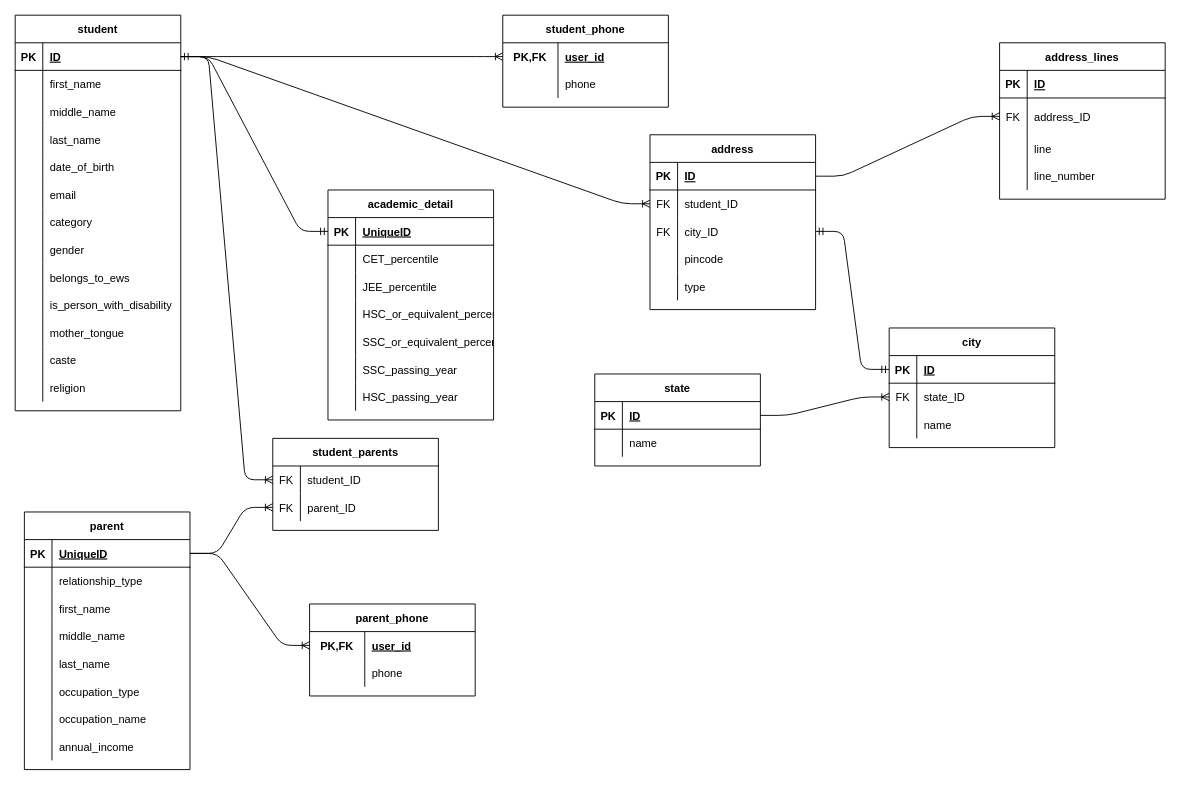
The draw.io diagram DatabaseDiagram.drawio in EquipstatTSEC/student-admission-system, before the edit. Source tidied: cells renumbered, new cells numbered last; positions are measured from the earlier drawing's top-left corner, leaving out a move shared by most shapes. Both pictures are drawn from the tidied source at 92%, with x=0, y=0 at pixel (15, 15).
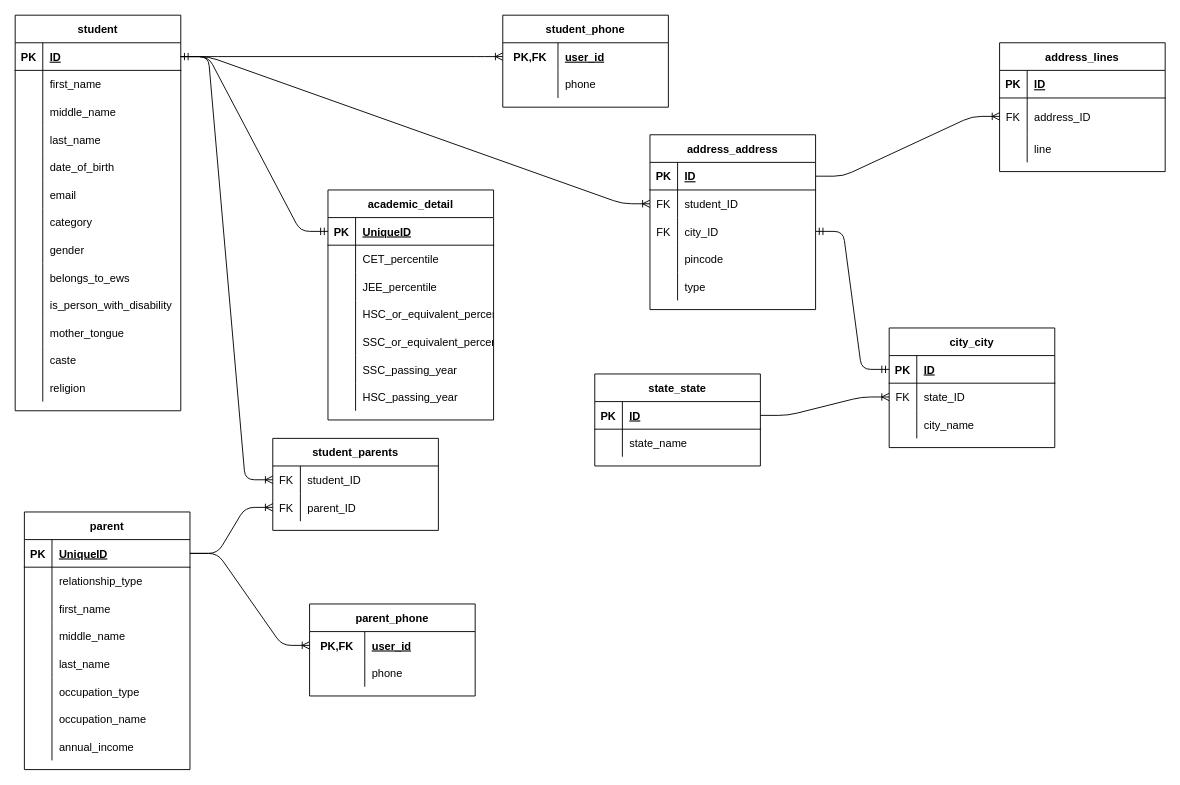
The same diagram, later.

Commit message:
:card_file_box: Update DatabaseDiagram.drawio

The change refers to these unchanged cells:
```xml
<mxCell id="78" style="shape=partialRectangle;fillColor=none;top=0;left=0;bottom=0;right=0;" parent="74" vertex="1">
  <mxGeometry y="60" width="180" height="30" as="geometry" />
</mxCell>
<mxCell id="88" style="shape=partialRectangle;fillColor=none;top=0;left=0;bottom=0;right=0;" parent="81" vertex="1">
  <mxGeometry y="90" width="180" height="30" as="geometry" />
</mxCell>
```

Diff of the diagram source:
```diff
@@
-    <mxCell id="42" value="address" style="shape=table;startSize=30;childLayout=tableLayout;rowLines=0;fontStyle=1;align=center;" parent="1" vertex="1">
+    <mxCell id="42" value="address_address" style="shape=table;startSize=30;childLayout=tableLayout;rowLines=0;fontStyle=1;align=center;" parent="1" vertex="1">
       <mxGeometry x="690" y="130" width="180" height="190" as="geometry" />
     </mxCell>
@@
     <mxCell id="58" value="address_lines" style="shape=table;startSize=30;childLayout=tableLayout;rowLines=0;fontStyle=1;align=center;" parent="1" vertex="1">
-      <mxGeometry x="1070" y="30" width="180" height="170" as="geometry" />
+      <mxGeometry x="1070" y="30" width="180" height="140" as="geometry" />
     </mxCell>
@@
-    <mxCell id="68" style="shape=partialRectangle;fillColor=none;top=0;left=0;bottom=0;right=0;" parent="58" vertex="1">
-      <mxGeometry y="130" width="180" height="30" as="geometry" />
-    </mxCell>
-    <mxCell id="69" style="shape=partialRectangle;fillColor=none;top=0;left=0;bottom=0;right=0;overflow=hidden;" parent="68" vertex="1">
-      <mxGeometry width="30" height="30" as="geometry" />
-    </mxCell>
-    <mxCell id="70" value="line_number" style="shape=partialRectangle;fillColor=none;top=0;left=0;bottom=0;right=0;align=left;spacingLeft=6;overflow=hidden;" parent="68" vertex="1">
-      <mxGeometry x="30" width="150" height="30" as="geometry" />
-    </mxCell>
@@
-    <mxCell id="74" value="state" style="shape=table;startSize=30;childLayout=tableLayout;rowLines=0;fontStyle=1;align=center;" parent="1" vertex="1">
+    <mxCell id="74" value="state_state" style="shape=table;startSize=30;childLayout=tableLayout;rowLines=0;fontStyle=1;align=center;" parent="1" vertex="1">
       <mxGeometry x="630" y="390" width="180" height="100" as="geometry" />
     </mxCell>
@@
-    <mxCell id="80" value="name" style="shape=partialRectangle;fillColor=none;top=0;left=0;bottom=0;right=0;align=left;spacingLeft=6;overflow=hidden;" parent="78" vertex="1">
+    <mxCell id="80" value="state_name" style="shape=partialRectangle;fillColor=none;top=0;left=0;bottom=0;right=0;align=left;spacingLeft=6;overflow=hidden;" parent="78" vertex="1">
       <mxGeometry x="30" width="150" height="30" as="geometry" />
     </mxCell>
-    <mxCell id="81" value="city" style="shape=table;startSize=30;childLayout=tableLayout;rowLines=0;fontStyle=1;align=center;" parent="1" vertex="1">
+    <mxCell id="81" value="city_city" style="shape=table;startSize=30;childLayout=tableLayout;rowLines=0;fontStyle=1;align=center;" parent="1" vertex="1">
       <mxGeometry x="950" y="340" width="180" height="130" as="geometry" />
     </mxCell>
@@
-    <mxCell id="90" value="name" style="shape=partialRectangle;fillColor=none;top=0;left=0;bottom=0;right=0;align=left;spacingLeft=6;overflow=hidden;" parent="88" vertex="1">
+    <mxCell id="90" value="city_name" style="shape=partialRectangle;fillColor=none;top=0;left=0;bottom=0;right=0;align=left;spacingLeft=6;overflow=hidden;" parent="88" vertex="1">
       <mxGeometry x="30" width="150" height="30" as="geometry" />
     </mxCell>
```
